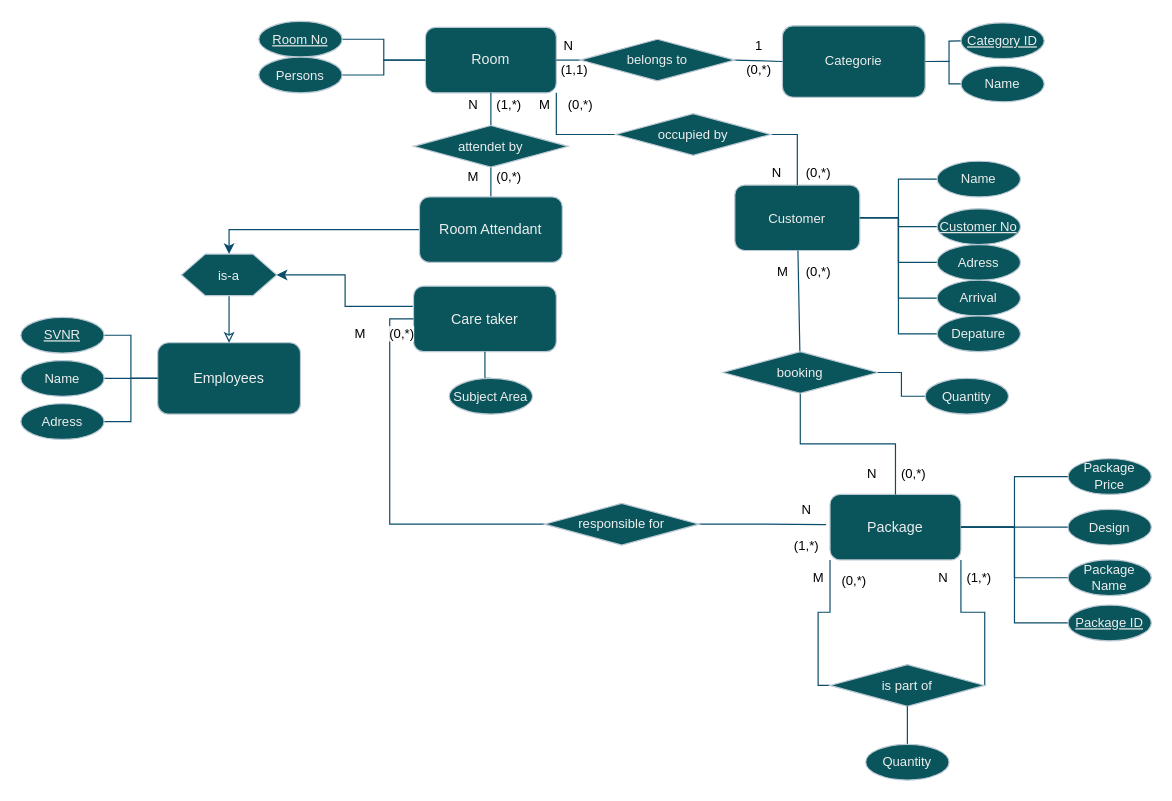
Earlier version of the draw.io diagram Hotel.drawio (IP2312/Database). Source tidied: cells renumbered, new cells numbered last; positions are measured from the earlier drawing's top-left corner, leaving out a move shared by most shapes. Both pictures are drawn from the tidied source at 119%, with x=0, y=0 at pixel (20, 20).
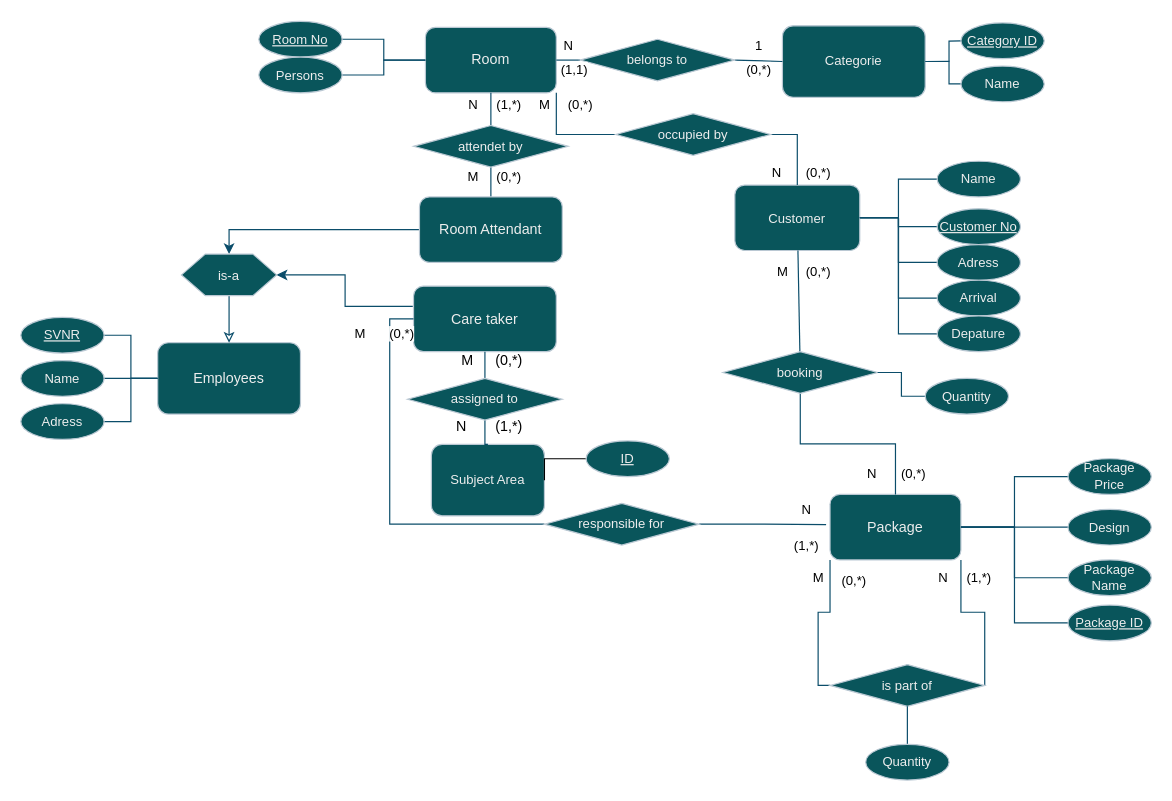
After the change.

The change refers to these unchanged cells:
```xml
<mxCell id="27" value="Care taker" style="rounded=1;whiteSpace=wrap;html=1;fontSize=12;glass=0;strokeWidth=1;shadow=0;labelBackgroundColor=none;fillColor=#09555B;strokeColor=#BAC8D3;fontColor=#EEEEEE;" parent="1" vertex="1">
  <mxGeometry x="330" y="223" width="120" height="55" as="geometry" />
</mxCell>
```

Change to the diagram source:
```diff
@@
-    <mxCell id="73" style="edgeStyle=orthogonalEdgeStyle;shape=connector;rounded=0;jettySize=auto;html=1;exitX=0.5;exitY=0;exitDx=0;exitDy=0;entryX=0.5;entryY=1;entryDx=0;entryDy=0;strokeColor=#0B4D6A;align=center;verticalAlign=middle;fontFamily=Helvetica;fontSize=11;fontColor=default;labelBackgroundColor=default;startFill=0;endArrow=none;" parent="1" edge="1" source="74" target="27">
+    <mxCell id="73" style="edgeStyle=orthogonalEdgeStyle;shape=connector;rounded=0;jettySize=auto;html=1;exitX=0.5;exitY=0;exitDx=0;exitDy=0;entryX=0.5;entryY=1;entryDx=0;entryDy=0;strokeColor=#0B4D6A;align=center;verticalAlign=middle;fontFamily=Helvetica;fontSize=11;fontColor=default;labelBackgroundColor=default;startFill=0;endArrow=none;" parent="1" edge="1" source="94" target="27">
       <mxGeometry relative="1" as="geometry" />
     </mxCell>
-    <mxCell id="74" value="Subject Area" style="ellipse;whiteSpace=wrap;html=1;fontFamily=Helvetica;fontSize=11;fontColor=#EEEEEE;labelBackgroundColor=none;fillColor=#09555B;strokeColor=#BAC8D3;" parent="1" vertex="1">
-      <mxGeometry x="360" y="300.5" width="70" height="30" as="geometry" />
+    <mxCell id="74" value="Subject Area" style="whiteSpace=wrap;html=1;fontFamily=Helvetica;fontSize=11;fontColor=#EEEEEE;labelBackgroundColor=none;fillColor=#09555B;strokeColor=#BAC8D3;rounded=1;" parent="1" vertex="1">
+      <mxGeometry x="345" y="356" width="95" height="60" as="geometry" />
     </mxCell>
@@
+    <mxCell id="93" style="edgeStyle=orthogonalEdgeStyle;shape=connector;rounded=0;jettySize=auto;html=1;exitX=0.5;exitY=0;exitDx=0;exitDy=0;entryX=0.5;entryY=1;entryDx=0;entryDy=0;strokeColor=#0B4D6A;align=center;verticalAlign=middle;fontFamily=Helvetica;fontSize=11;fontColor=default;labelBackgroundColor=default;startFill=0;endArrow=none;" parent="1" edge="1" source="74" target="94">
+      <mxGeometry relative="1" as="geometry" />
+    </mxCell>
+    <mxCell id="94" value="assigned to" style="rhombus;whiteSpace=wrap;html=1;fontFamily=Helvetica;fontSize=11;fontColor=#EEEEEE;labelBackgroundColor=none;fillColor=#09555B;strokeColor=#BAC8D3;" parent="1" vertex="1">
+      <mxGeometry x="325" y="300.5" width="130" height="35" as="geometry" />
+    </mxCell>
+    <mxCell id="95" style="edgeStyle=orthogonalEdgeStyle;rounded=0;jettySize=auto;html=1;exitX=0;exitY=0.5;exitDx=0;exitDy=0;entryX=1;entryY=0.5;entryDx=0;entryDy=0;endArrow=none;startFill=0;" parent="1" edge="1" source="96" target="74">
+      <mxGeometry relative="1" as="geometry" />
+    </mxCell>
+    <mxCell id="96" value="&lt;u&gt;ID&lt;/u&gt;" style="ellipse;whiteSpace=wrap;html=1;fontFamily=Helvetica;fontSize=11;fontColor=#EEEEEE;labelBackgroundColor=none;fillColor=#09555B;strokeColor=#BAC8D3;" parent="1" vertex="1">
+      <mxGeometry x="475" y="353" width="70" height="30" as="geometry" />
+    </mxCell>
+    <mxCell id="97" value="N" style="text;html=1;align=center;verticalAlign=middle;strokeColor=none;fillColor=none;" parent="1" vertex="1">
+      <mxGeometry x="355" y="326" width="30" height="30" as="geometry" />
+    </mxCell>
+    <mxCell id="98" value="M" style="text;html=1;align=center;verticalAlign=middle;strokeColor=none;fillColor=none;" parent="1" vertex="1">
+      <mxGeometry x="360" y="270.5" width="30" height="30" as="geometry" />
+    </mxCell>
+    <mxCell id="99" value="(0,*)" style="text;html=1;align=center;verticalAlign=middle;strokeColor=none;fillColor=none;" parent="1" vertex="1">
+      <mxGeometry x="385" y="270.5" width="50" height="30" as="geometry" />
+    </mxCell>
+    <mxCell id="100" value="(1,*)" style="text;html=1;align=center;verticalAlign=middle;strokeColor=none;fillColor=none;" parent="1" vertex="1">
+      <mxGeometry x="385" y="326" width="50" height="30" as="geometry" />
+    </mxCell>
```
